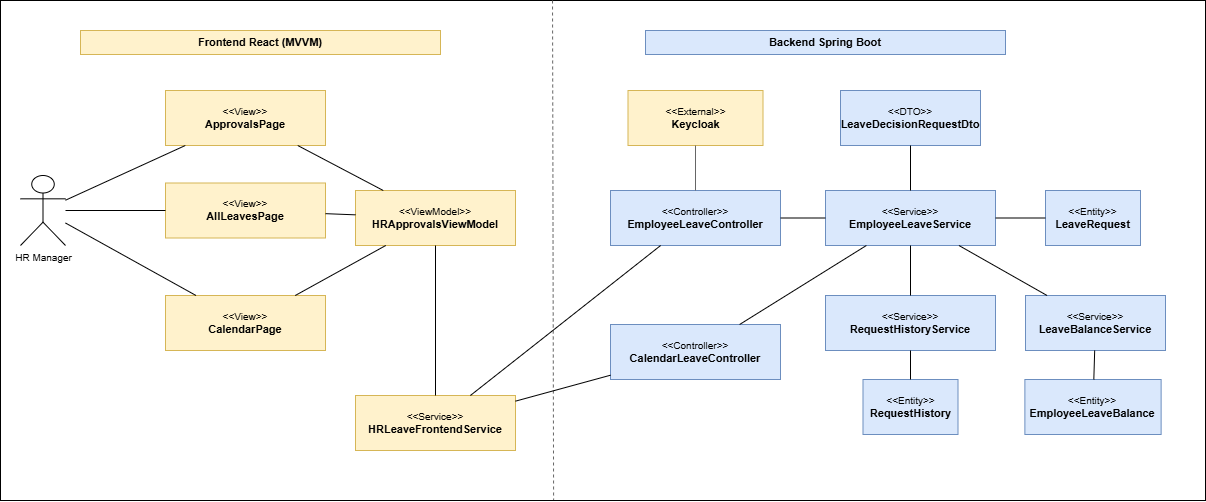
The draw.io diagram sections/chapitre3/img/sprint2_leave_management/06_participant_class_diagrams/participant_hr_final_leave_decision.png in AbdouBenHatttab/rapport-pfe, before a commit. Source tidied: cells renumbered, new cells last; positions are measured from the earlier drawing's top-left corner, leaving out a move shared by most shapes. Its diagram source:
```xml
<mxGraphModel>
  <root>
    <mxCell id="0" />
    <mxCell id="1" parent="0" />
    <mxCell id="2" style="group;" parent="1" vertex="1">
      <mxGeometry width="1205" height="500" as="geometry" />
    </mxCell>
    <mxCell id="3" style="rounded=0;whiteSpace=wrap;html=1;fillColor=none;strokeColor=#000000;fontColor=#000000;fontStyle=1;fontSize=11;align=center;verticalAlign=middle;" parent="2" vertex="1">
      <mxGeometry width="1205" height="500" as="geometry" />
    </mxCell>
    <mxCell id="4" value="Frontend React (MVVM)" style="rounded=0;whiteSpace=wrap;html=1;fillColor=#fff2cc;strokeColor=#d6b656;fontColor=#000000;fontStyle=1;fontSize=11;align=center;verticalAlign=middle;" parent="2" vertex="1">
      <mxGeometry x="80" y="30" width="360" height="24" as="geometry" />
    </mxCell>
    <mxCell id="5" value="Backend Spring Boot" style="rounded=0;whiteSpace=wrap;html=1;fillColor=#dae8fc;strokeColor=#6c8ebf;fontColor=#000000;fontStyle=1;fontSize=11;align=center;verticalAlign=middle;" parent="2" vertex="1">
      <mxGeometry x="645" y="30" width="360" height="24" as="geometry" />
    </mxCell>
    <mxCell id="6" style="endArrow=none;html=1;rounded=0;strokeColor=#666666;dashed=1;entryX=0.459;entryY=0.999;entryDx=0;entryDy=0;entryPerimeter=0;" parent="2" edge="1" target="3">
      <mxGeometry relative="1" as="geometry">
        <mxPoint x="552" as="sourcePoint" />
      </mxGeometry>
    </mxCell>
    <mxCell id="7" value="HR Manager" style="shape=umlActor;verticalLabelPosition=bottom;verticalAlign=top;html=1;outlineConnect=0;fillColor=#ffffff;strokeColor=#000000;fontColor=#000000;fontSize=10;" parent="2" vertex="1">
      <mxGeometry x="20" y="175" width="45" height="70" as="geometry" />
    </mxCell>
    <mxCell id="8" value="&lt;div style='font-size:10px'&gt;&amp;lt;&amp;lt;View&amp;gt;&amp;gt;&lt;/div&gt;&lt;b&gt;ApprovalsPage&lt;/b&gt;" style="rounded=0;whiteSpace=wrap;html=1;fillColor=#fff2cc;strokeColor=#d6b656;fontColor=#000000;fontSize=11;align=center;verticalAlign=middle;" parent="2" vertex="1">
      <mxGeometry x="165" y="90" width="160" height="55" as="geometry" />
    </mxCell>
    <mxCell id="9" value="&lt;div style='font-size:10px'&gt;&amp;lt;&amp;lt;View&amp;gt;&amp;gt;&lt;/div&gt;&lt;b&gt;AllLeavesPage&lt;/b&gt;" style="rounded=0;whiteSpace=wrap;html=1;fillColor=#fff2cc;strokeColor=#d6b656;fontColor=#000000;fontSize=11;align=center;verticalAlign=middle;" parent="2" vertex="1">
      <mxGeometry x="165" y="182.5" width="160" height="55" as="geometry" />
    </mxCell>
    <mxCell id="10" value="&lt;div style='font-size:10px'&gt;&amp;lt;&amp;lt;View&amp;gt;&amp;gt;&lt;/div&gt;&lt;b&gt;CalendarPage&lt;/b&gt;" style="rounded=0;whiteSpace=wrap;html=1;fillColor=#fff2cc;strokeColor=#d6b656;fontColor=#000000;fontSize=11;align=center;verticalAlign=middle;" parent="2" vertex="1">
      <mxGeometry x="165" y="295" width="160" height="55" as="geometry" />
    </mxCell>
    <mxCell id="11" value="&lt;div style='font-size:10px'&gt;&amp;lt;&amp;lt;ViewModel&amp;gt;&amp;gt;&lt;/div&gt;&lt;b&gt;HRApprovalsViewModel&lt;/b&gt;" style="rounded=0;whiteSpace=wrap;html=1;fillColor=#fff2cc;strokeColor=#d6b656;fontColor=#000000;fontSize=11;align=center;verticalAlign=middle;" parent="2" vertex="1">
      <mxGeometry x="355" y="190" width="160" height="55" as="geometry" />
    </mxCell>
    <mxCell id="12" value="&lt;div style='font-size:10px'&gt;&amp;lt;&amp;lt;Service&amp;gt;&amp;gt;&lt;/div&gt;&lt;b&gt;HRLeaveFrontendService&lt;/b&gt;" style="rounded=0;whiteSpace=wrap;html=1;fillColor=#fff2cc;strokeColor=#d6b656;fontColor=#000000;fontSize=11;align=center;verticalAlign=middle;" parent="2" vertex="1">
      <mxGeometry x="355" y="395" width="160" height="55" as="geometry" />
    </mxCell>
    <mxCell id="13" value="&lt;div style='font-size:10px'&gt;&amp;lt;&amp;lt;External&amp;gt;&amp;gt;&lt;/div&gt;&lt;b&gt;Keycloak&lt;/b&gt;" style="rounded=0;whiteSpace=wrap;html=1;fillColor=#fff2cc;strokeColor=#d6b656;fontColor=#000000;fontSize=11;align=center;verticalAlign=middle;" parent="2" vertex="1">
      <mxGeometry x="627.5" y="90" width="135" height="55" as="geometry" />
    </mxCell>
    <mxCell id="14" value="&lt;div style='font-size:10px'&gt;&amp;lt;&amp;lt;Controller&amp;gt;&amp;gt;&lt;/div&gt;&lt;b&gt;EmployeeLeaveController&lt;/b&gt;" style="rounded=0;whiteSpace=wrap;html=1;fillColor=#dae8fc;strokeColor=#6c8ebf;fontColor=#000000;fontSize=11;align=center;verticalAlign=middle;" parent="2" vertex="1">
      <mxGeometry x="610" y="190" width="170" height="55" as="geometry" />
    </mxCell>
    <mxCell id="15" value="&lt;div style='font-size:10px'&gt;&amp;lt;&amp;lt;Controller&amp;gt;&amp;gt;&lt;/div&gt;&lt;b&gt;CalendarLeaveController&lt;/b&gt;" style="rounded=0;whiteSpace=wrap;html=1;fillColor=#dae8fc;strokeColor=#6c8ebf;fontColor=#000000;fontSize=11;align=center;verticalAlign=middle;" parent="2" vertex="1">
      <mxGeometry x="610" y="324" width="170" height="55" as="geometry" />
    </mxCell>
    <mxCell id="16" value="&lt;div style='font-size:10px'&gt;&amp;lt;&amp;lt;Service&amp;gt;&amp;gt;&lt;/div&gt;&lt;b&gt;EmployeeLeaveService&lt;/b&gt;" style="rounded=0;whiteSpace=wrap;html=1;fillColor=#dae8fc;strokeColor=#6c8ebf;fontColor=#000000;fontSize=11;align=center;verticalAlign=middle;" parent="2" vertex="1">
      <mxGeometry x="825" y="190" width="170" height="55" as="geometry" />
    </mxCell>
    <mxCell id="17" value="&lt;div style='font-size:10px'&gt;&amp;lt;&amp;lt;Service&amp;gt;&amp;gt;&lt;/div&gt;&lt;b&gt;LeaveBalanceService&lt;/b&gt;" style="rounded=0;whiteSpace=wrap;html=1;fillColor=#dae8fc;strokeColor=#6c8ebf;fontColor=#000000;fontSize=11;align=center;verticalAlign=middle;" parent="2" vertex="1">
      <mxGeometry x="1025" y="295" width="140" height="55" as="geometry" />
    </mxCell>
    <mxCell id="18" value="&lt;div style='font-size:10px'&gt;&amp;lt;&amp;lt;Service&amp;gt;&amp;gt;&lt;/div&gt;&lt;b&gt;RequestHistoryService&lt;/b&gt;" style="rounded=0;whiteSpace=wrap;html=1;fillColor=#dae8fc;strokeColor=#6c8ebf;fontColor=#000000;fontSize=11;align=center;verticalAlign=middle;" parent="2" vertex="1">
      <mxGeometry x="825" y="295" width="170" height="55" as="geometry" />
    </mxCell>
    <mxCell id="19" value="&lt;div style='font-size:10px'&gt;&amp;lt;&amp;lt;DTO&amp;gt;&amp;gt;&lt;/div&gt;&lt;b&gt;LeaveDecisionRequestDto&lt;/b&gt;" style="rounded=0;whiteSpace=wrap;html=1;fillColor=#dae8fc;strokeColor=#6c8ebf;fontColor=#000000;fontSize=11;align=center;verticalAlign=middle;" parent="2" vertex="1">
      <mxGeometry x="840" y="90" width="140" height="55" as="geometry" />
    </mxCell>
    <mxCell id="20" value="&lt;div style='font-size:10px'&gt;&amp;lt;&amp;lt;Entity&amp;gt;&amp;gt;&lt;/div&gt;&lt;b&gt;LeaveRequest&lt;/b&gt;" style="rounded=0;whiteSpace=wrap;html=1;fillColor=#dae8fc;strokeColor=#6c8ebf;fontColor=#000000;fontSize=11;align=center;verticalAlign=middle;" parent="2" vertex="1">
      <mxGeometry x="1045" y="190" width="95" height="55" as="geometry" />
    </mxCell>
    <mxCell id="21" value="&lt;div style='font-size:10px'&gt;&amp;lt;&amp;lt;Entity&amp;gt;&amp;gt;&lt;/div&gt;&lt;b&gt;EmployeeLeaveBalance&lt;/b&gt;" style="rounded=0;whiteSpace=wrap;html=1;fillColor=#dae8fc;strokeColor=#6c8ebf;fontColor=#000000;fontSize=11;align=center;verticalAlign=middle;" parent="2" vertex="1">
      <mxGeometry x="1024.4" y="379" width="136.2" height="55" as="geometry" />
    </mxCell>
    <mxCell id="22" value="&lt;div style='font-size:10px'&gt;&amp;lt;&amp;lt;Entity&amp;gt;&amp;gt;&lt;/div&gt;&lt;b&gt;RequestHistory&lt;/b&gt;" style="rounded=0;whiteSpace=wrap;html=1;fillColor=#dae8fc;strokeColor=#6c8ebf;fontColor=#000000;fontSize=11;align=center;verticalAlign=middle;" parent="2" vertex="1">
      <mxGeometry x="862.5" y="379" width="95" height="55" as="geometry" />
    </mxCell>
    <mxCell id="23" style="endArrow=none;html=1;rounded=0;strokeColor=#000000;" parent="2" edge="1" source="7" target="8">
      <mxGeometry relative="1" as="geometry" />
    </mxCell>
    <mxCell id="24" style="endArrow=none;html=1;rounded=0;strokeColor=#000000;" parent="2" edge="1" source="7" target="9">
      <mxGeometry relative="1" as="geometry" />
    </mxCell>
    <mxCell id="25" style="endArrow=none;html=1;rounded=0;strokeColor=#000000;" parent="2" edge="1" source="7" target="10">
      <mxGeometry relative="1" as="geometry" />
    </mxCell>
    <mxCell id="26" style="endArrow=none;html=1;rounded=0;strokeColor=#000000;" parent="2" edge="1" source="8" target="11">
      <mxGeometry relative="1" as="geometry" />
    </mxCell>
    <mxCell id="27" style="endArrow=none;html=1;rounded=0;strokeColor=#000000;" parent="2" edge="1" source="9" target="11">
      <mxGeometry relative="1" as="geometry" />
    </mxCell>
    <mxCell id="28" style="endArrow=none;html=1;rounded=0;strokeColor=#000000;" parent="2" edge="1" source="10" target="11">
      <mxGeometry relative="1" as="geometry" />
    </mxCell>
    <mxCell id="29" style="endArrow=none;html=1;rounded=0;strokeColor=#000000;" parent="2" edge="1" source="11" target="12">
      <mxGeometry relative="1" as="geometry" />
    </mxCell>
    <mxCell id="30" style="endArrow=none;html=1;rounded=0;strokeColor=#000000;" parent="2" edge="1" source="12" target="14">
      <mxGeometry relative="1" as="geometry" />
    </mxCell>
    <mxCell id="31" style="endArrow=none;html=1;rounded=0;strokeColor=#000000;" parent="2" edge="1" source="12" target="15">
      <mxGeometry relative="1" as="geometry" />
    </mxCell>
    <mxCell id="32" style="endArrow=none;html=1;rounded=0;strokeColor=#000000;strokeColor=#666666;" parent="2" edge="1" source="14" target="13">
      <mxGeometry relative="1" as="geometry" />
    </mxCell>
    <mxCell id="33" style="endArrow=none;html=1;rounded=0;strokeColor=#000000;" parent="2" edge="1" source="14" target="16">
      <mxGeometry relative="1" as="geometry" />
    </mxCell>
    <mxCell id="34" style="endArrow=none;html=1;rounded=0;strokeColor=#000000;" parent="2" edge="1" source="15" target="16">
      <mxGeometry relative="1" as="geometry" />
    </mxCell>
    <mxCell id="35" style="endArrow=none;html=1;rounded=0;strokeColor=#000000;" parent="2" edge="1" source="16" target="17">
      <mxGeometry relative="1" as="geometry" />
    </mxCell>
    <mxCell id="36" style="endArrow=none;html=1;rounded=0;strokeColor=#000000;" parent="2" edge="1" source="16" target="18">
      <mxGeometry relative="1" as="geometry" />
    </mxCell>
    <mxCell id="37" style="endArrow=none;html=1;rounded=0;strokeColor=#000000;" parent="2" edge="1" source="16" target="19">
      <mxGeometry relative="1" as="geometry" />
    </mxCell>
    <mxCell id="38" style="endArrow=none;html=1;rounded=0;strokeColor=#000000;" parent="2" edge="1" source="16" target="20">
      <mxGeometry relative="1" as="geometry" />
    </mxCell>
    <mxCell id="39" style="endArrow=none;html=1;rounded=0;strokeColor=#000000;" parent="2" edge="1" source="17" target="21">
      <mxGeometry relative="1" as="geometry" />
    </mxCell>
    <mxCell id="40" style="endArrow=none;html=1;rounded=0;strokeColor=#000000;" parent="2" edge="1" source="18" target="22">
      <mxGeometry relative="1" as="geometry" />
    </mxCell>
  </root>
</mxGraphModel>
```
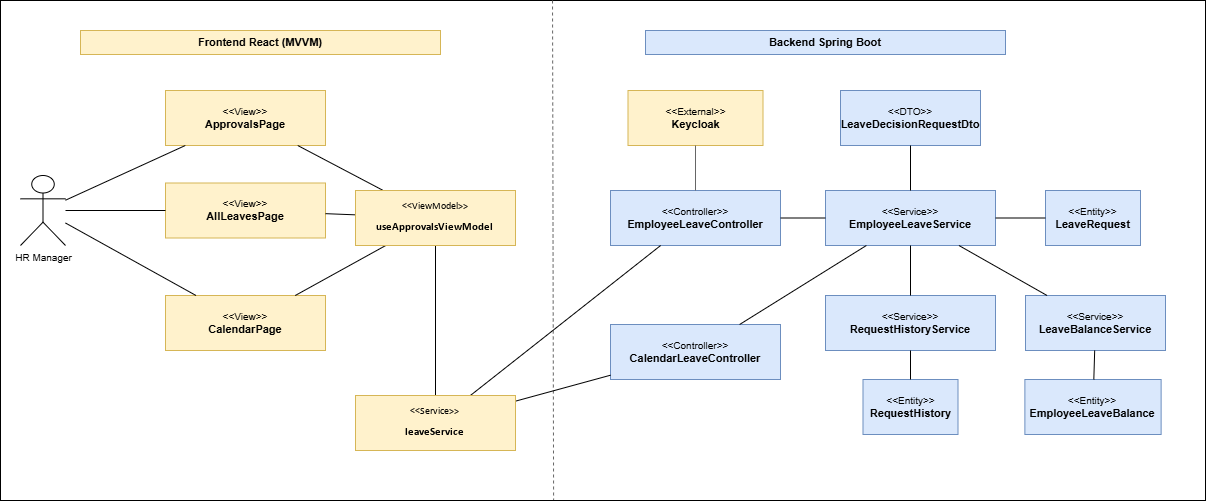
Later version of the same file.

What changed in the source:
```diff
@@ -31,10 +31,10 @@
     <mxCell id="10" value="&lt;div style='font-size:10px'&gt;&amp;lt;&amp;lt;View&amp;gt;&amp;gt;&lt;/div&gt;&lt;b&gt;CalendarPage&lt;/b&gt;" style="rounded=0;whiteSpace=wrap;html=1;fillColor=#fff2cc;strokeColor=#d6b656;fontColor=#000000;fontSize=11;align=center;verticalAlign=middle;" parent="2" vertex="1">
       <mxGeometry x="165" y="295" width="160" height="55" as="geometry" />
     </mxCell>
-    <mxCell id="11" value="&lt;div style='font-size:10px'&gt;&amp;lt;&amp;lt;ViewModel&amp;gt;&amp;gt;&lt;/div&gt;&lt;b&gt;HRApprovalsViewModel&lt;/b&gt;" style="rounded=0;whiteSpace=wrap;html=1;fillColor=#fff2cc;strokeColor=#d6b656;fontColor=#000000;fontSize=11;align=center;verticalAlign=middle;" parent="2" vertex="1">
+    <mxCell id="11" value="&lt;div style='font-size:10px'&gt;&amp;lt;&amp;lt;ViewModel&amp;gt;&amp;gt;&lt;/div&gt;&lt;b&gt;useApprovalsViewModel&lt;/b&gt;" style="rounded=0;whiteSpace=wrap;html=1;fillColor=#fff2cc;strokeColor=#d6b656;fontColor=#000000;fontSize=11;align=center;verticalAlign=middle;" parent="2" vertex="1">
       <mxGeometry x="355" y="190" width="160" height="55" as="geometry" />
     </mxCell>
-    <mxCell id="12" value="&lt;div style='font-size:10px'&gt;&amp;lt;&amp;lt;Service&amp;gt;&amp;gt;&lt;/div&gt;&lt;b&gt;HRLeaveFrontendService&lt;/b&gt;" style="rounded=0;whiteSpace=wrap;html=1;fillColor=#fff2cc;strokeColor=#d6b656;fontColor=#000000;fontSize=11;align=center;verticalAlign=middle;" parent="2" vertex="1">
+    <mxCell id="12" value="&lt;div style='font-size:10px'&gt;&amp;lt;&amp;lt;Service&amp;gt;&amp;gt;&lt;/div&gt;&lt;b&gt;leaveService&lt;/b&gt;" style="rounded=0;whiteSpace=wrap;html=1;fillColor=#fff2cc;strokeColor=#d6b656;fontColor=#000000;fontSize=11;align=center;verticalAlign=middle;" parent="2" vertex="1">
       <mxGeometry x="355" y="395" width="160" height="55" as="geometry" />
     </mxCell>
     <mxCell id="13" value="&lt;div style='font-size:10px'&gt;&amp;lt;&amp;lt;External&amp;gt;&amp;gt;&lt;/div&gt;&lt;b&gt;Keycloak&lt;/b&gt;" style="rounded=0;whiteSpace=wrap;html=1;fillColor=#fff2cc;strokeColor=#d6b656;fontColor=#000000;fontSize=11;align=center;verticalAlign=middle;" parent="2" vertex="1">
```
